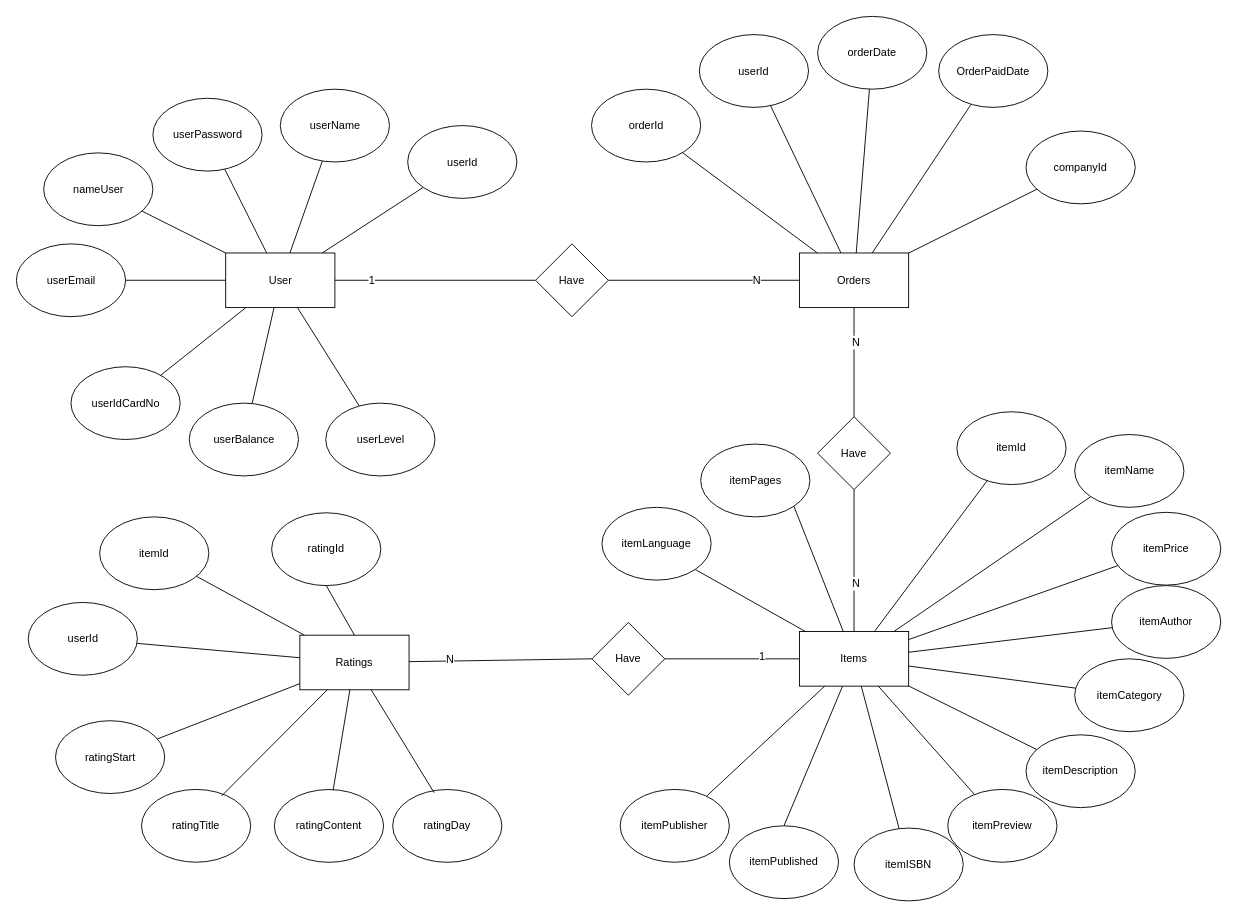
Earlier version of the draw.io diagram Documents/erd/erd.drawio (tung120320/E-Book-Order-G02). Source tidied: cells renumbered, new cells numbered last; positions are measured from the earlier drawing's top-left corner, leaving out a move shared by most shapes. Both pictures are drawn from the tidied source at 91%, with x=0, y=0 at pixel (15, 15).
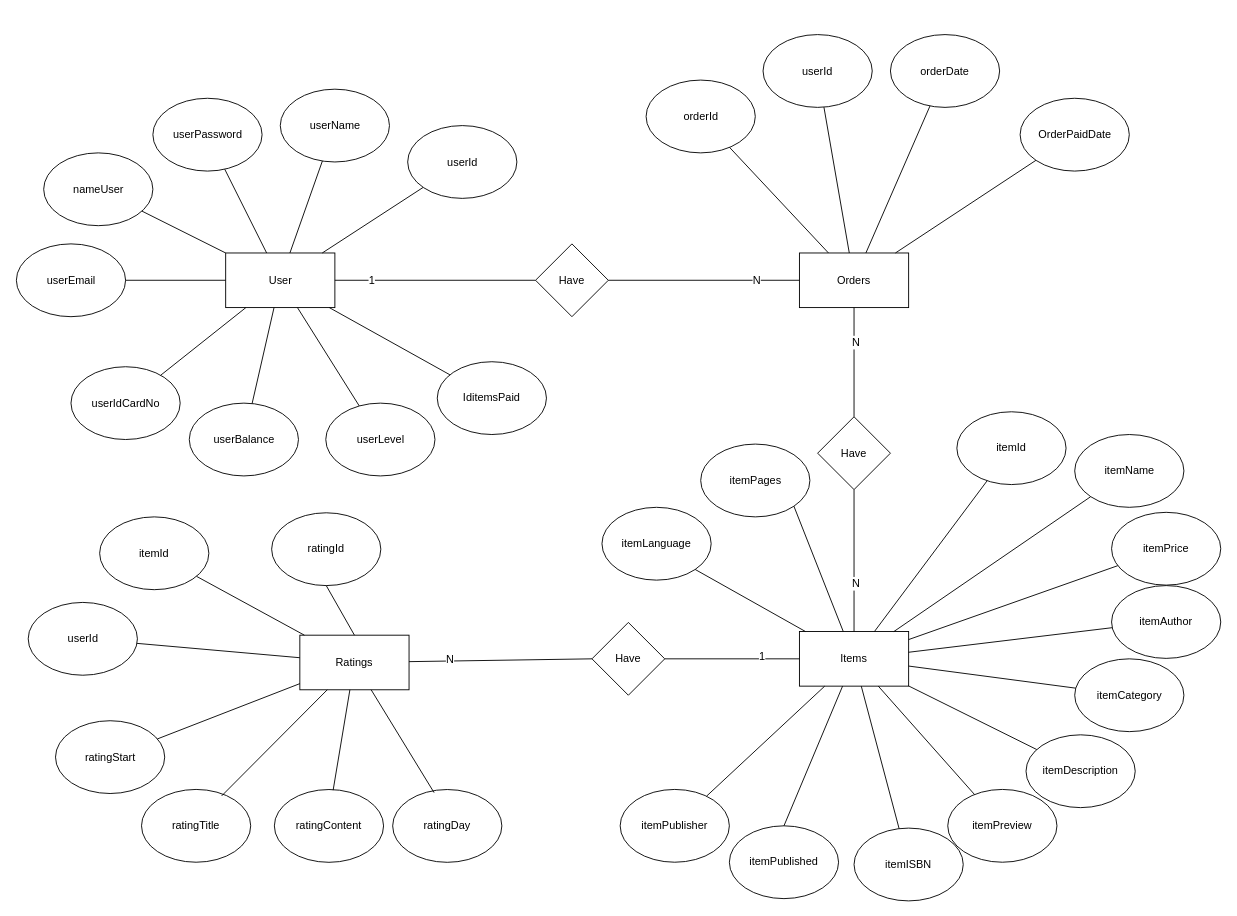
The same diagram, later.

Unchanged cells that the change refers to:
```xml
<mxCell id="13" value="User" style="rounded=0;whiteSpace=wrap;html=1;" parent="1" vertex="1">
  <mxGeometry x="230.5" y="260.5" width="120" height="60" as="geometry" />
</mxCell>
<mxCell id="18" value="Orders" style="rounded=0;whiteSpace=wrap;html=1;" parent="1" vertex="1">
  <mxGeometry x="861" y="260.5" width="120" height="60" as="geometry" />
</mxCell>
```

Change to the diagram source:
```diff
@@
     <mxCell id="19" value="orderDate" style="ellipse;whiteSpace=wrap;html=1;" parent="1" vertex="1">
-      <mxGeometry x="881" y="0.5" width="120" height="80" as="geometry" />
+      <mxGeometry x="961" y="20.5" width="120" height="80" as="geometry" />
     </mxCell>
     <mxCell id="20" value="orderId" style="ellipse;whiteSpace=wrap;html=1;" parent="1" vertex="1">
-      <mxGeometry x="632.5" y="80.5" width="120" height="80" as="geometry" />
+      <mxGeometry x="692.5" y="70.5" width="120" height="80" as="geometry" />
     </mxCell>
@@
     <mxCell id="49" value="OrderPaidDate" style="ellipse;whiteSpace=wrap;html=1;" parent="1" vertex="1">
-      <mxGeometry x="1014" y="20.5" width="120" height="80" as="geometry" />
+      <mxGeometry x="1103.5" y="90.5" width="120" height="80" as="geometry" />
     </mxCell>
@@
     <mxCell id="60" value="userId" style="ellipse;whiteSpace=wrap;html=1;" parent="1" vertex="1">
-      <mxGeometry x="751" y="20.5" width="120" height="80" as="geometry" />
+      <mxGeometry x="821" y="20.5" width="120" height="80" as="geometry" />
     </mxCell>
@@
-    <mxCell id="76" value="companyId" style="ellipse;whiteSpace=wrap;html=1;" parent="1" vertex="1">
-      <mxGeometry x="1110" y="126.5" width="120" height="80" as="geometry" />
-    </mxCell>
-    <mxCell id="77" style="endArrow=none;html=1;" parent="1" edge="1" source="18" target="76">
-      <mxGeometry relative="1" as="geometry" />
-    </mxCell>
@@
+    <mxCell id="85" value="IditemsPaid" style="ellipse;whiteSpace=wrap;html=1;" parent="1" vertex="1">
+      <mxGeometry x="463" y="380" width="120" height="80" as="geometry" />
+    </mxCell>
+    <mxCell id="86" style="endArrow=none;html=1;" parent="1" edge="1" source="13" target="85">
+      <mxGeometry relative="1" as="geometry" />
+    </mxCell>
```
